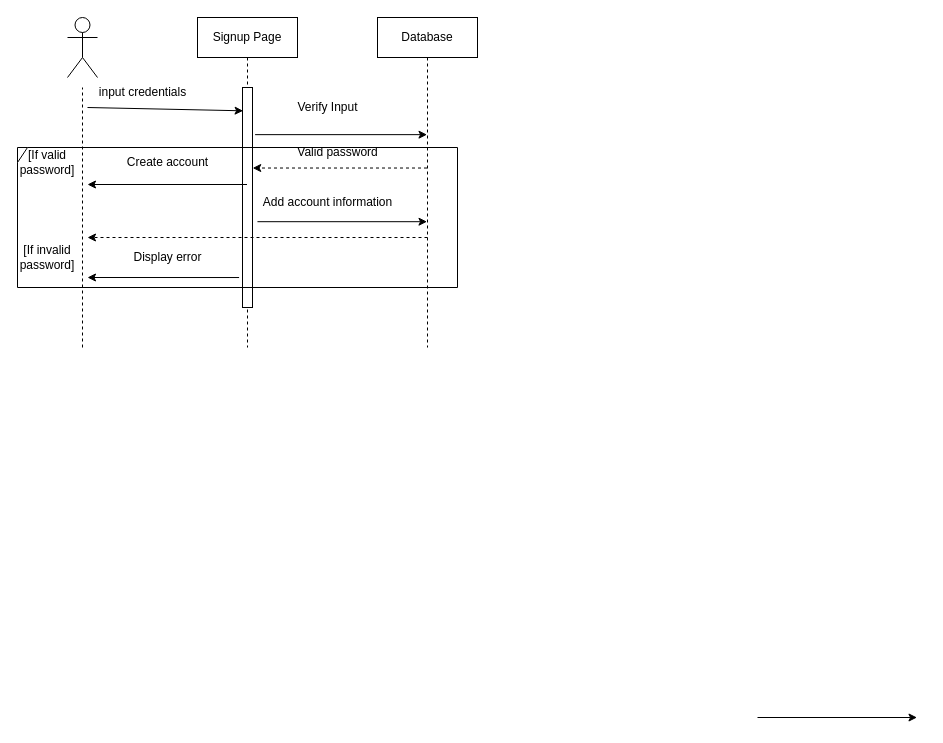
Before: Software Project/Diagrams/Collaboration/sequence.drawio in A-Hazzard/DRGNSTUDIO, a draw.io diagram. Source tidied: cells renumbered, new cells numbered last; positions are measured from the earlier drawing's top-left corner, leaving out a move shared by most shapes. Both pictures are drawn from the tidied source at 100%, with x=0, y=0 at pixel (17, 17).
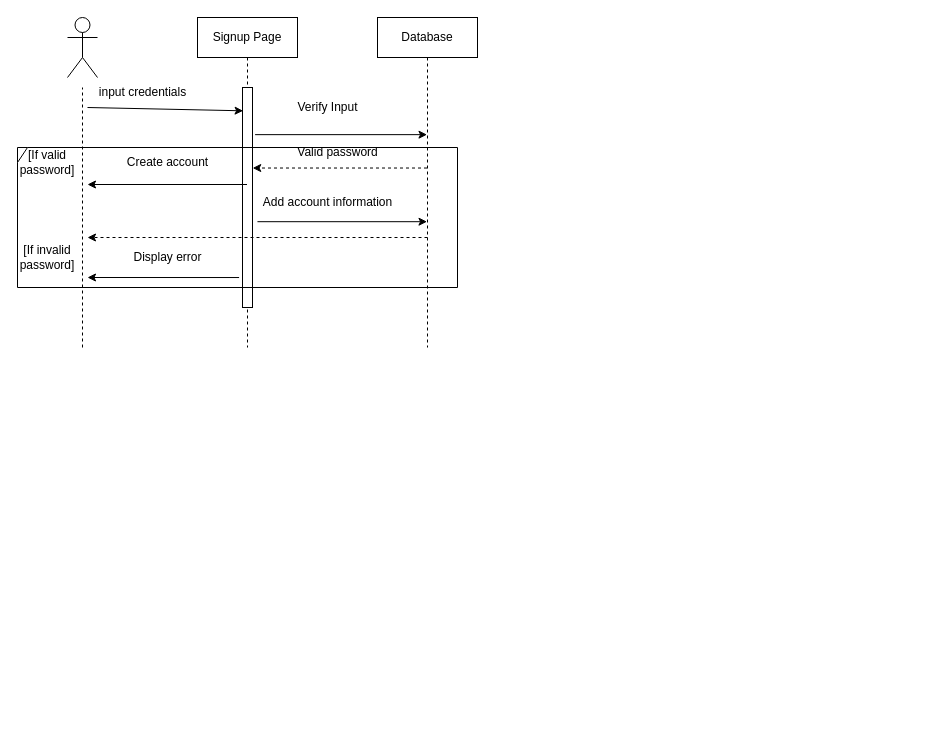
The same page after the edit.

Change to the diagram source:
```diff
@@
-    <mxCell id="7" style="endArrow=classic;html=1;rounded=0;" parent="1" edge="1">
-      <mxGeometry relative="1" as="geometry">
-        <mxPoint x="740" y="700" as="sourcePoint" />
-        <mxPoint x="899.5" y="700" as="targetPoint" />
-      </mxGeometry>
-    </mxCell>
```
